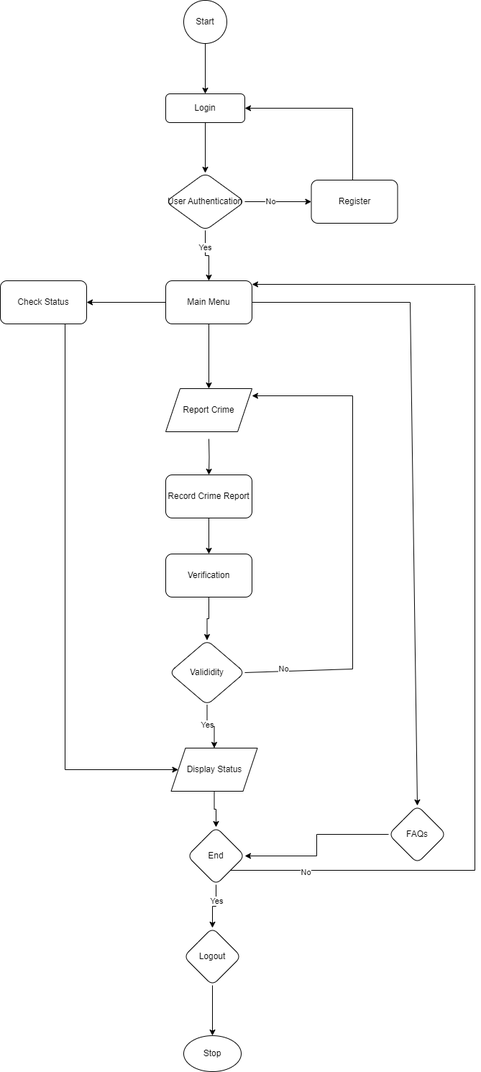
rkkiplimo/crime-reporting-system keeps this draw.io diagram as Flowchart.png. Above is the earlier version. Source tidied: cells renumbered, new cells last; positions are measured from the earlier drawing's top-left corner, leaving out a move shared by most shapes.
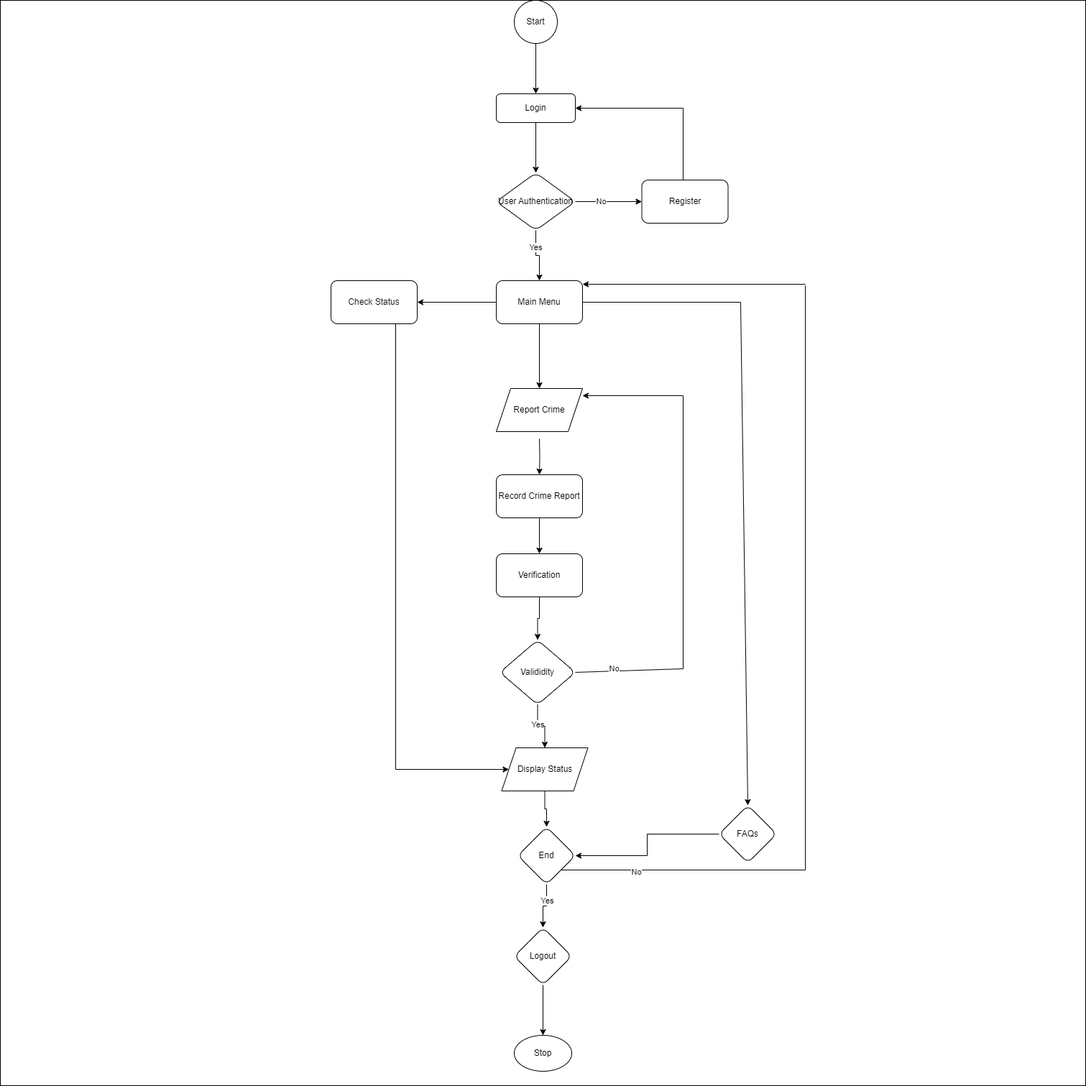
Above is the later version.

The edit, as a diff of the source:
```diff
@@ -2,6 +2,9 @@
   <root>
     <mxCell id="0" />
     <mxCell id="1" parent="0" />
+    <mxCell id="50" style="whiteSpace=wrap;html=1;" parent="1" vertex="1">
+      <mxGeometry x="-460" width="1510" height="1510" as="geometry" />
+    </mxCell>
     <mxCell id="2" style="edgeStyle=orthogonalEdgeStyle;rounded=0;jettySize=auto;html=1;" parent="1" edge="1" source="3" target="29">
       <mxGeometry relative="1" as="geometry" />
     </mxCell>
```
